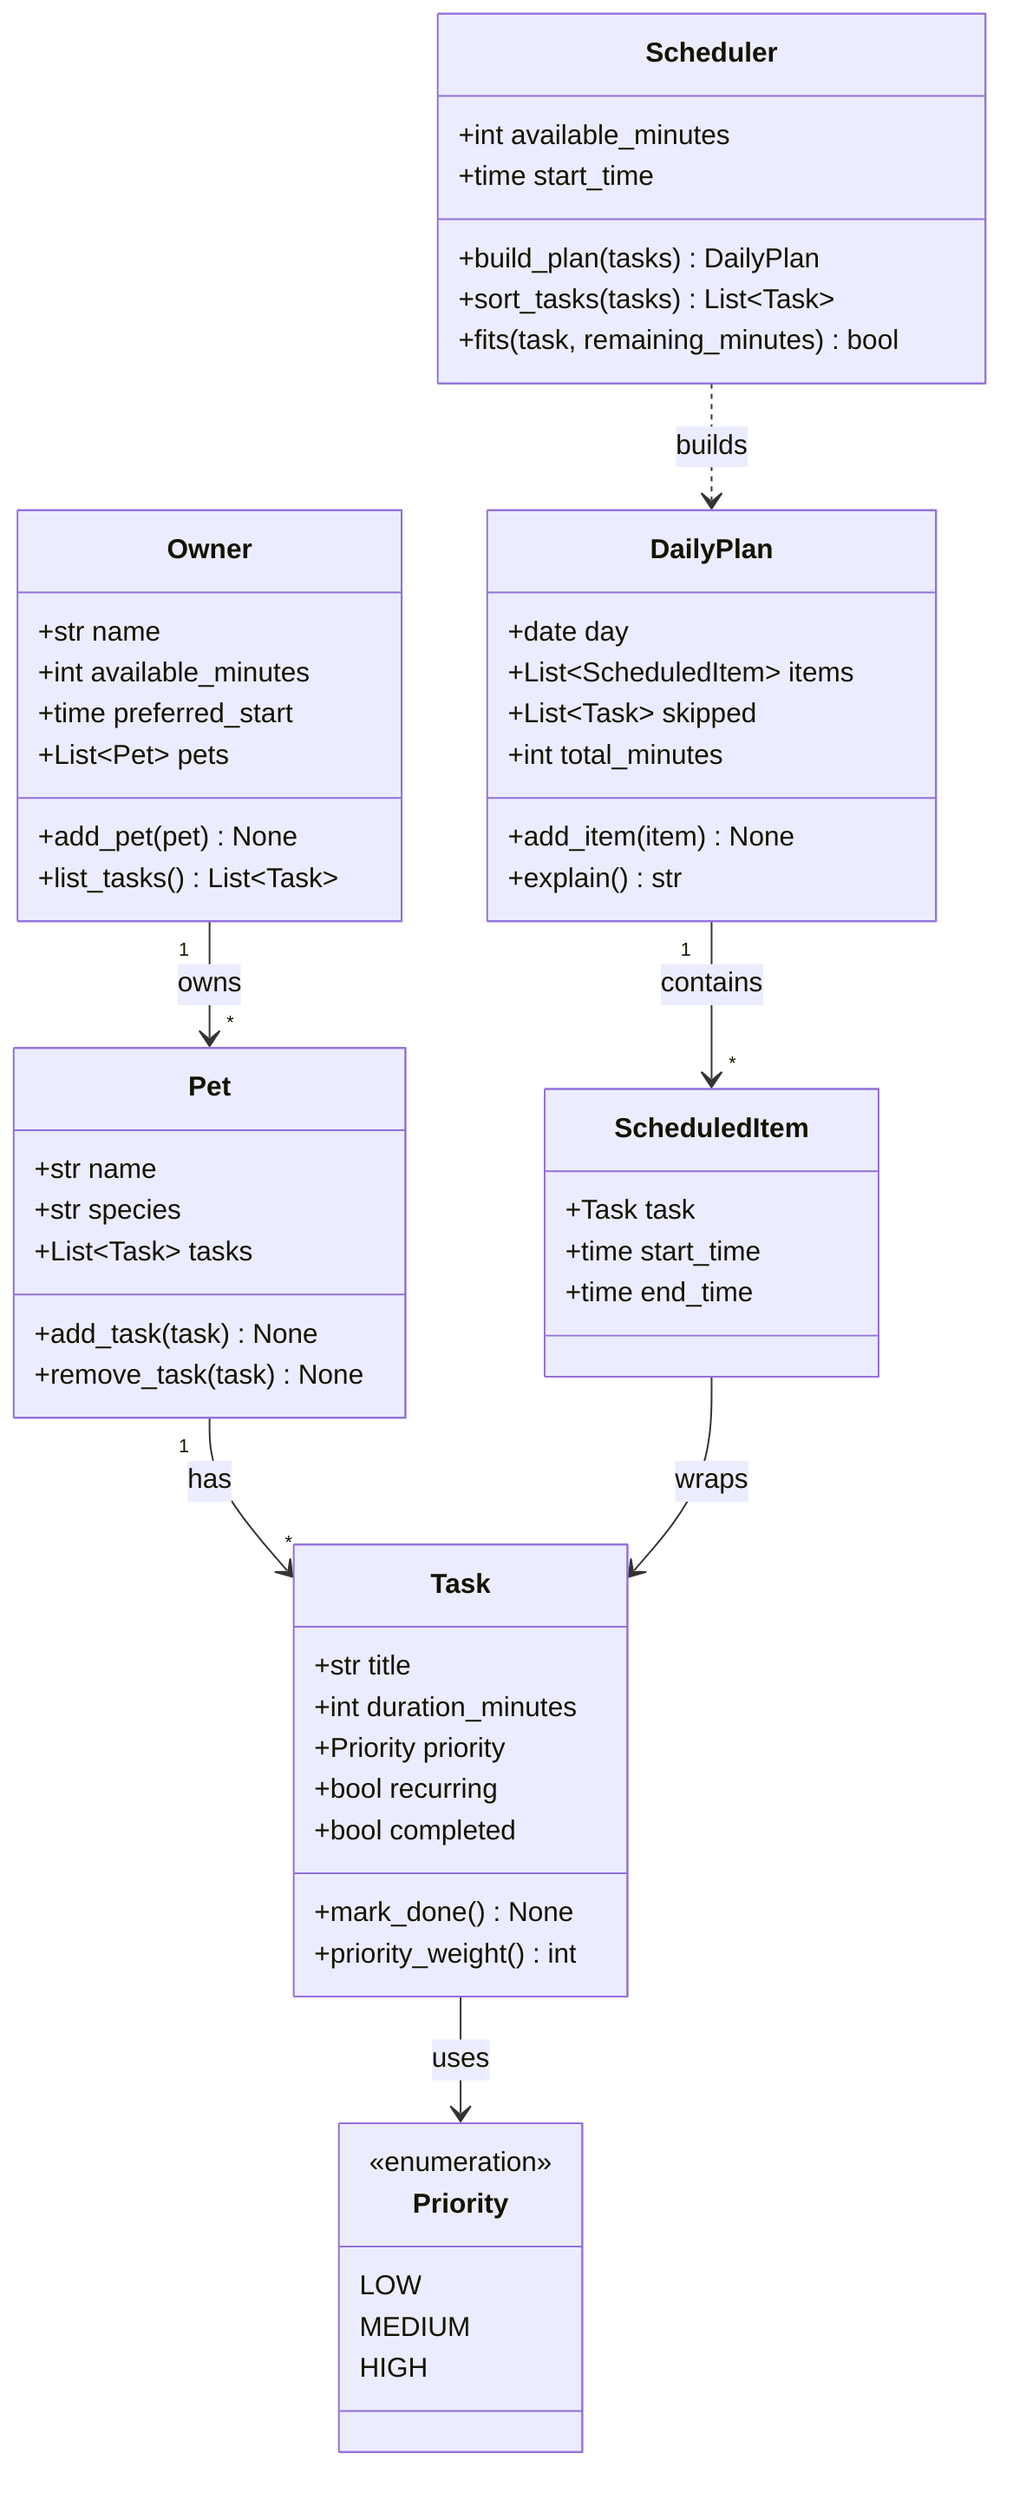
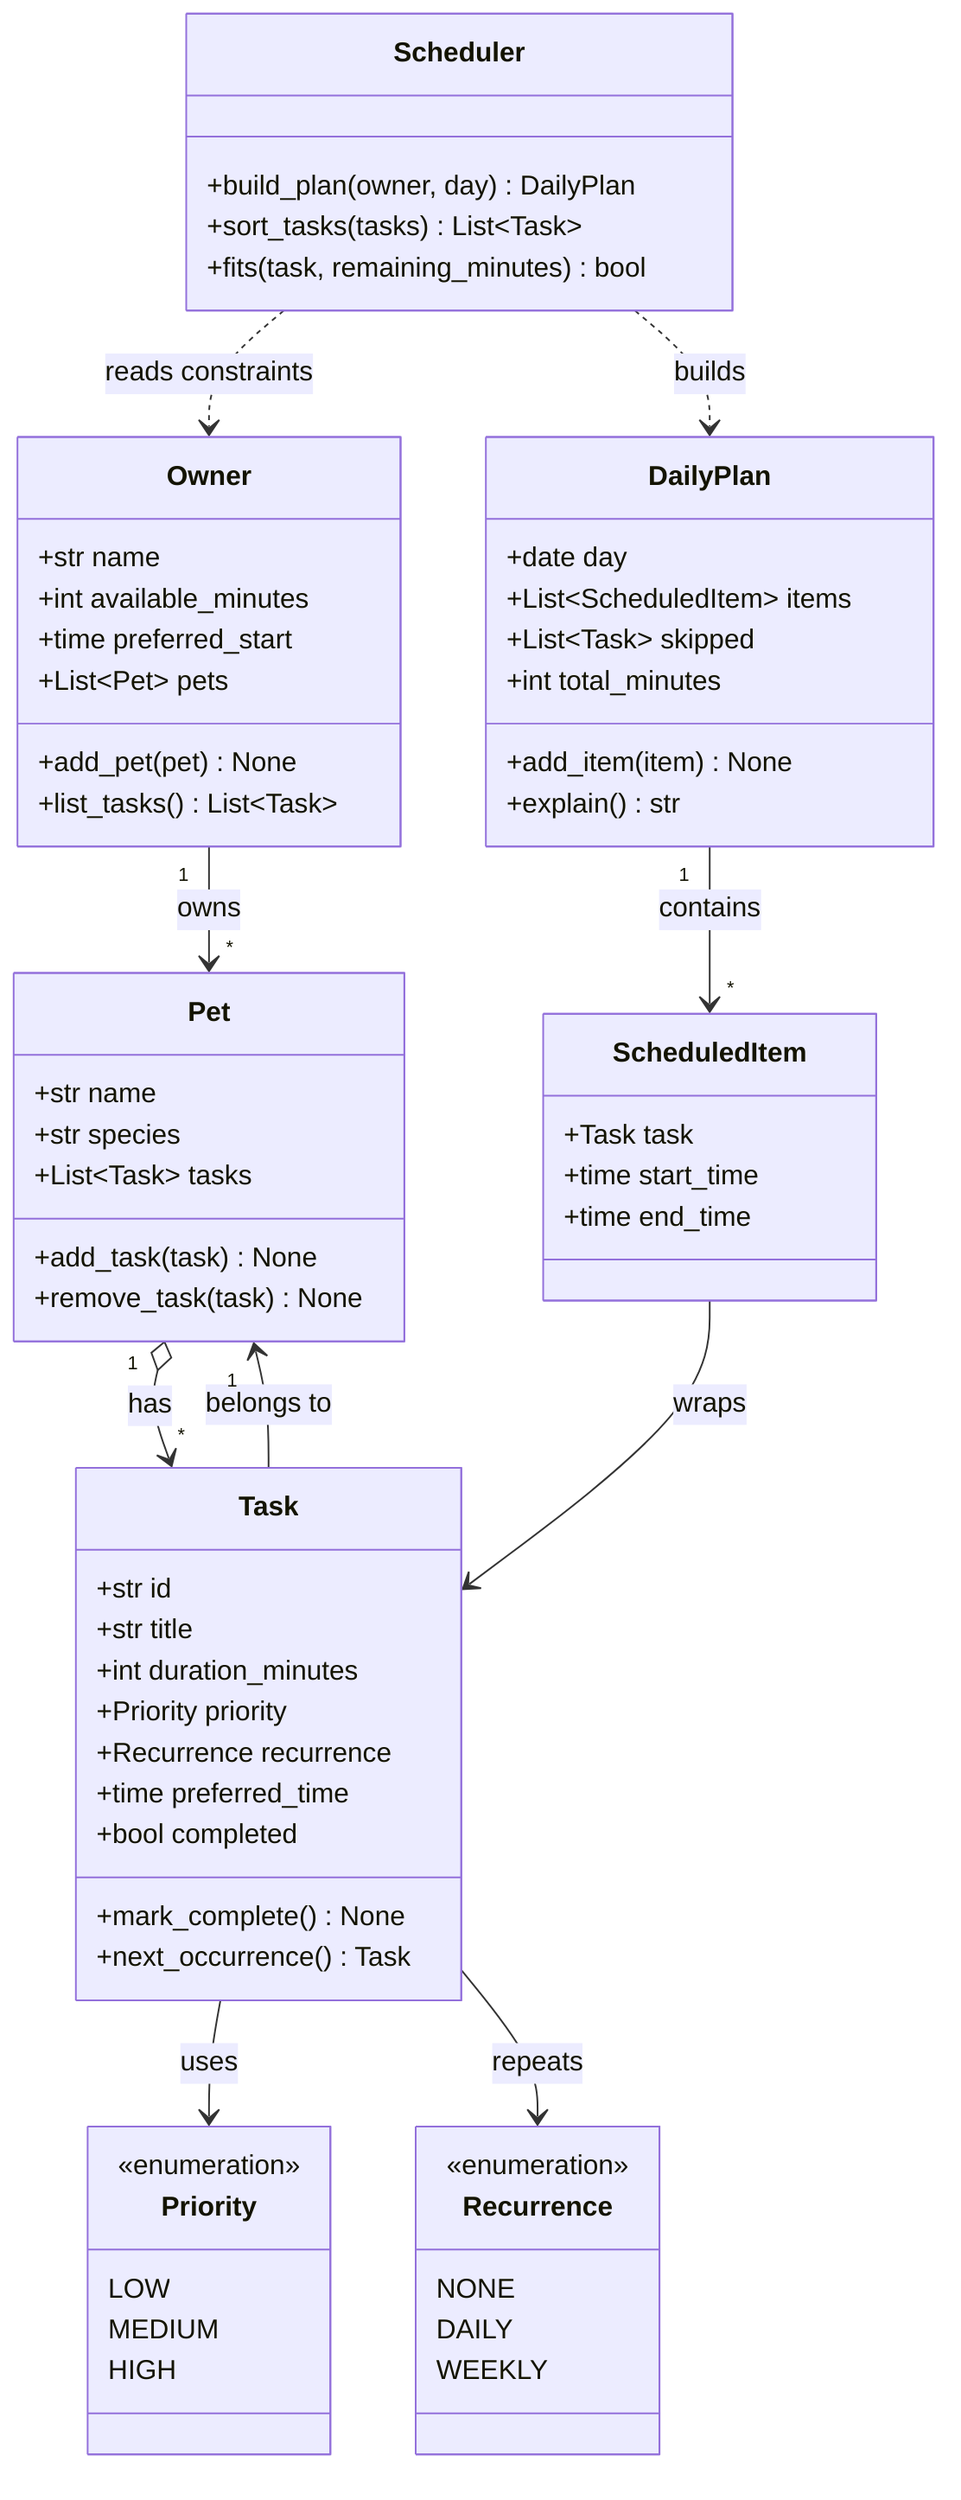
classDiagram
    class Owner {
        +str name
        +int available_minutes
        +time preferred_start
        +List~Pet~ pets
        +add_pet(pet) None
        +list_tasks() List~Task~
    }

    class Pet {
        +str name
        +str species
        +List~Task~ tasks
        +add_task(task) None
        +remove_task(task) None
    }

    class Task {
+         +str id
        +str title
        +int duration_minutes
        +Priority priority
-         +bool recurring
+         +Recurrence recurrence
+         +time preferred_time
        +bool completed
-         +mark_done() None
-         +priority_weight() int
+         +mark_complete() None
+         +next_occurrence() Task
    }

    class Priority {
        <<enumeration>>
        LOW
        MEDIUM
        HIGH
    }

+     class Recurrence {
+         <<enumeration>>
+         NONE
+         DAILY
+         WEEKLY
+     }
+ 
    class Scheduler {
-         +int available_minutes
-         +time start_time
-         +build_plan(tasks) DailyPlan
+         +build_plan(owner, day) DailyPlan
        +sort_tasks(tasks) List~Task~
        +fits(task, remaining_minutes) bool
    }

    class DailyPlan {
        +date day
        +List~ScheduledItem~ items
        +List~Task~ skipped
        +int total_minutes
        +add_item(item) None
        +explain() str
    }

    class ScheduledItem {
        +Task task
        +time start_time
        +time end_time
    }

    Owner "1" --> "*" Pet : owns
-     Pet "1" --> "*" Task : has
+     Pet "1" o--> "*" Task : has
+     Task --> "1" Pet : belongs to
    Task --> Priority : uses
+     Task --> Recurrence : repeats
+     Scheduler ..> Owner : reads constraints
    Scheduler ..> DailyPlan : builds
    DailyPlan "1" --> "*" ScheduledItem : contains
    ScheduledItem --> Task : wraps
